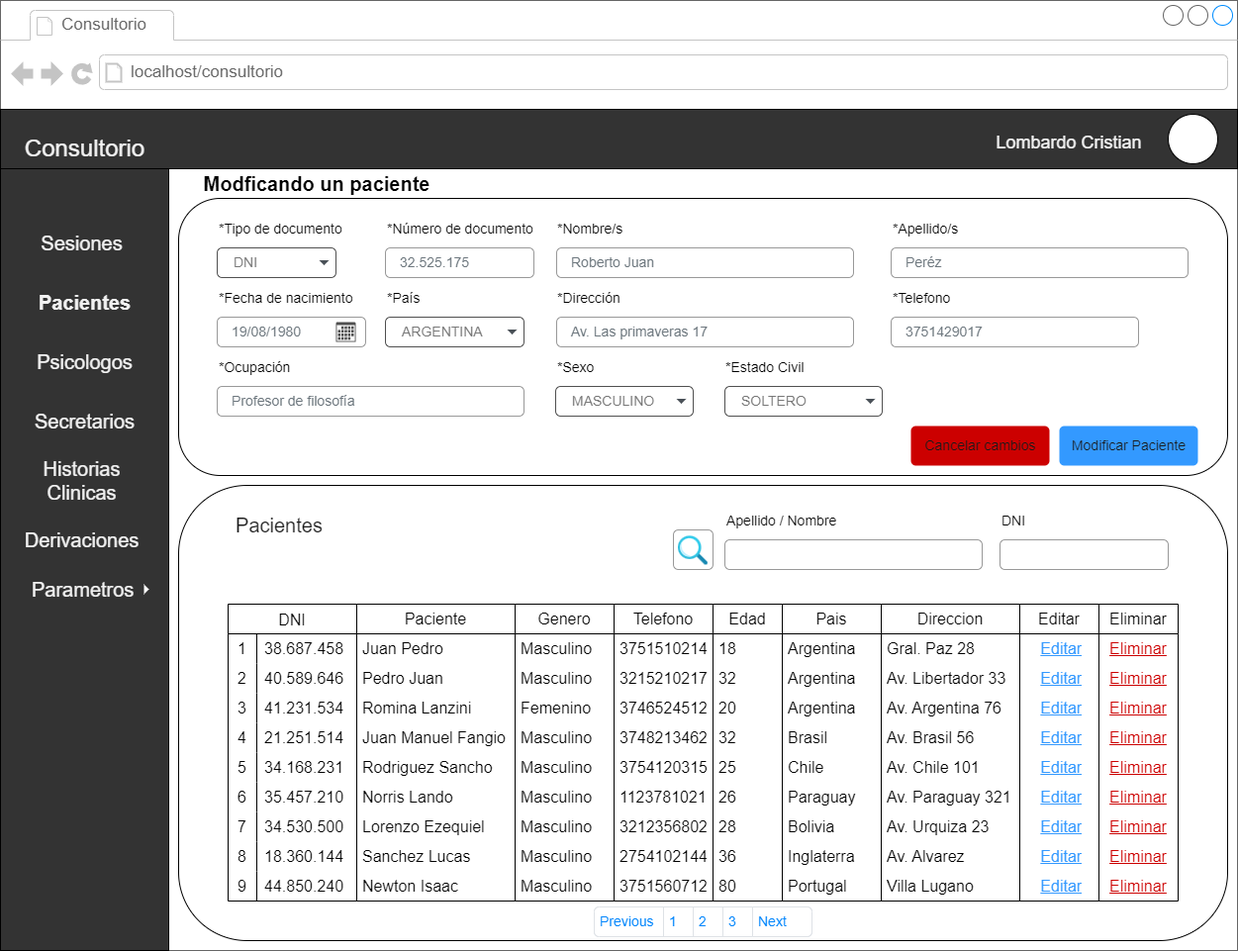
Gabito-17/proyectoDisenoWeb keeps this draw.io diagram as docs/resources/DIA's/diaPantallas-diaModificar_y_EliminarPaciente.drawio.png. Above is the earlier version. Source tidied: cells renumbered, new cells last; positions are measured from the earlier drawing's top-left corner, leaving out a move shared by most shapes.
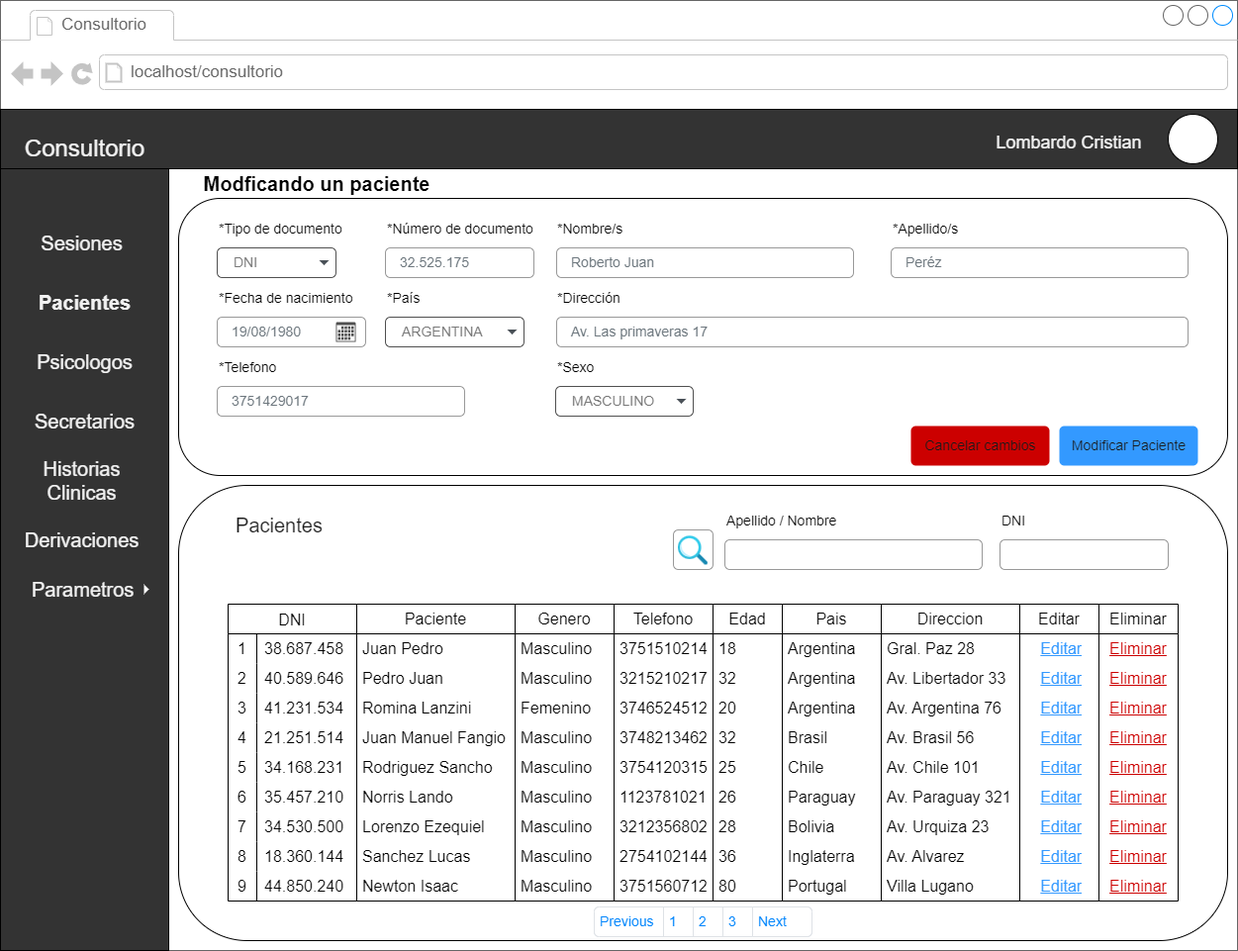
After the change.

Change to the diagram source:
```diff
@@ -95,7 +95,7 @@
       <mxGeometry x="339" y="325" width="20" height="20" as="geometry" />
     </mxCell>
     <mxCell id="30" value="Av. Las primaveras 17" style="html=1;shadow=0;dashed=0;shape=mxgraph.bootstrap.rrect;rSize=5;fillColor=none;strokeColor=#999999;align=left;spacing=15;fontSize=14;fontColor=#6C767D;" parent="2" vertex="1">
-      <mxGeometry x="562" y="320" width="300" height="30" as="geometry" />
+      <mxGeometry x="562" y="320" width="638" height="30" as="geometry" />
     </mxCell>
     <mxCell id="31" value="*Dirección" style="fillColor=none;strokeColor=none;align=left;fontSize=14;" parent="2" vertex="1">
       <mxGeometry x="561" y="280" width="150" height="40" as="geometry" />
@@ -112,17 +112,11 @@
       </mxGeometry>
     </mxCell>
     <mxCell id="35" value="3751429017" style="html=1;shadow=0;dashed=0;shape=mxgraph.bootstrap.rrect;rSize=5;fillColor=none;strokeColor=#999999;align=left;spacing=15;fontSize=14;fontColor=#6C767D;" parent="2" vertex="1">
-      <mxGeometry x="900" y="320" width="250" height="30" as="geometry" />
+      <mxGeometry x="219" y="390" width="250" height="30" as="geometry" />
     </mxCell>
     <mxCell id="36" value="*Telefono" style="fillColor=none;strokeColor=none;align=left;fontSize=14;" parent="2" vertex="1">
-      <mxGeometry x="900" y="280" width="150" height="40" as="geometry" />
+      <mxGeometry x="219" y="350" width="150" height="40" as="geometry" />
     </mxCell>
-    <mxCell id="37" value="Profesor de filosofía" style="html=1;shadow=0;dashed=0;shape=mxgraph.bootstrap.rrect;rSize=5;fillColor=none;strokeColor=#999999;align=left;spacing=15;fontSize=14;fontColor=#6C767D;" parent="2" vertex="1">
-      <mxGeometry x="219" y="390" width="310" height="30" as="geometry" />
-    </mxCell>
-    <mxCell id="38" value="*Ocupación" style="fillColor=none;strokeColor=none;align=left;fontSize=14;" parent="2" vertex="1">
-      <mxGeometry x="219" y="350" width="150" height="40" as="geometry" />
-    </mxCell>
     <mxCell id="39" value="*Sexo" style="fillColor=none;strokeColor=none;align=left;fontSize=14;" parent="2" vertex="1">
       <mxGeometry x="561" y="350" width="155" height="40" as="geometry" />
     </mxCell>
@@ -134,17 +128,6 @@
         <mxPoint x="-17" y="-2.5" as="offset" />
       </mxGeometry>
     </mxCell>
-    <mxCell id="42" value="*Estado Civil" style="fillColor=none;strokeColor=none;align=left;fontSize=14;" parent="2" vertex="1">
-      <mxGeometry x="731" y="350" width="130" height="40" as="geometry" />
-    </mxCell>
-    <mxCell id="43" value="SOLTERO" style="html=1;shadow=0;dashed=0;shape=mxgraph.bootstrap.rrect;rSize=5;strokeColor=#505050;strokeWidth=1;fillColor=#ffffff;fontColor=#777777;whiteSpace=wrap;align=left;verticalAlign=middle;fontStyle=0;fontSize=14;spacingRight=0;spacing=17;" parent="2" vertex="1">
-      <mxGeometry x="732" y="390" width="159" height="30" as="geometry" />
-    </mxCell>
-    <mxCell id="44" style="shape=triangle;direction=south;fillColor=#495057;strokeColor=none;perimeter=none;" parent="43" vertex="1">
-      <mxGeometry x="1" y="0.5" width="10" height="5" relative="1" as="geometry">
-        <mxPoint x="-17" y="-2.5" as="offset" />
-      </mxGeometry>
-    </mxCell>
     <mxCell id="45" value="Cancelar cambios" style="html=1;shadow=0;dashed=0;shape=mxgraph.bootstrap.rrect;rSize=5;fillColor=#cc0000;strokeColor=none;align=center;fontSize=14;fontColor=#1A1A1A;" parent="2" vertex="1">
       <mxGeometry x="920" y="430" width="140" height="40" as="geometry" />
     </mxCell>
```
